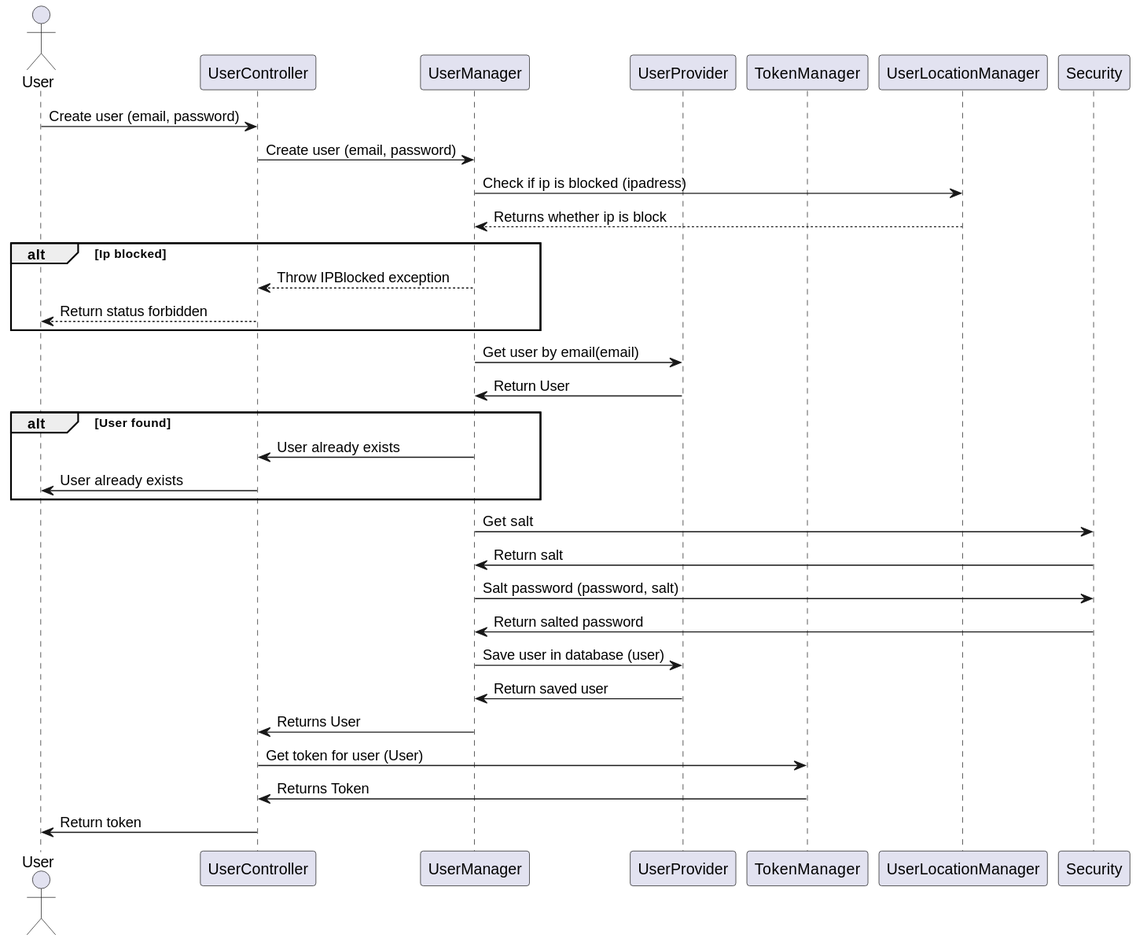
Earlier version of the PlantUML export Docs/out/SDDiagrams/CreateUserSD/Create User SD.svg (blackout1471/trust-us-school).
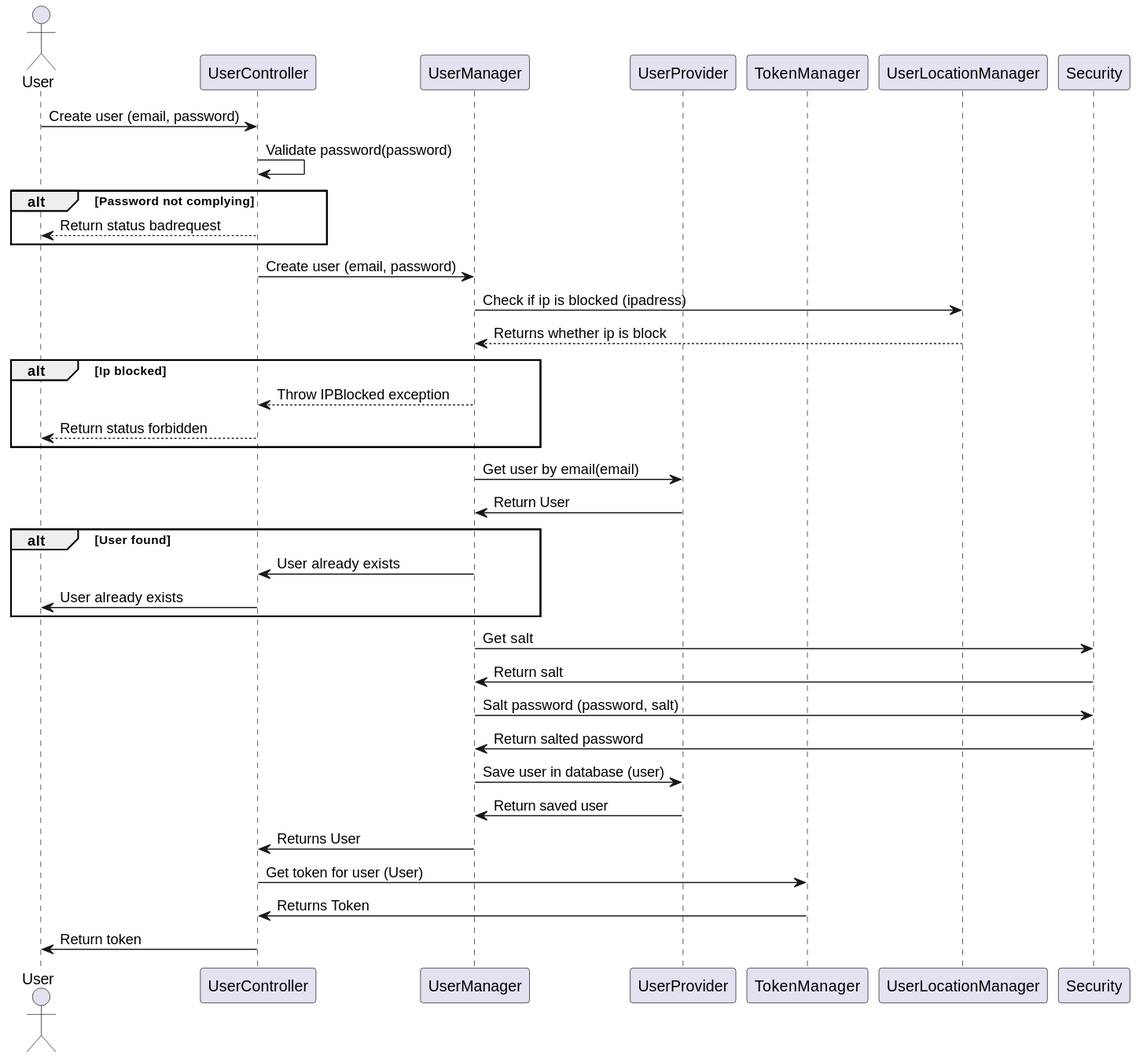
Later version of the same file.

Commit message:
Password validation (#11)

Diff of the diagram source:
```diff
@@ -12,6 +12,12 @@
 
 
 User->UserController: Create user (email, password)
+UserController->UserController: Validate password(password)
+
+alt Password not complying
+UserController-->User: Return status badrequest
+end
+
 UserController->UserManager: Create user (email, password)
 UserManager->UserLocationManager: Check if ip is blocked (ipadress)
 UserLocationManager-->UserManager: Returns whether ip is block
```
